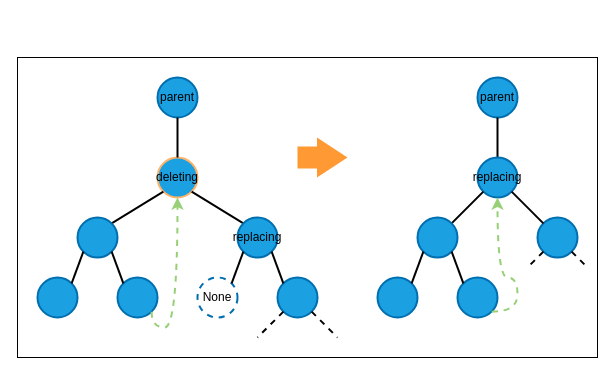
Earlier version of the draw.io diagram page "two_children_1" (4 of 6) of diagrams/right_tbst_delete.drawio (shunsvineyard/pyforest). Source tidied: cells renumbered, new cells numbered last; positions are measured from the earlier drawing's top-left corner, leaving out a move shared by most shapes. Both pictures are drawn from the tidied source at 100%, with x=0, y=0 at pixel (17, 57).
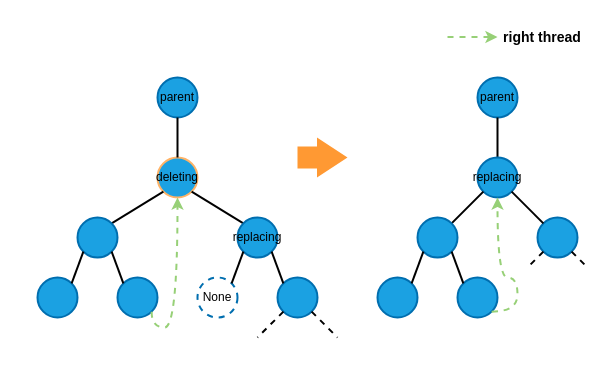
After the change.

What changed in the source:
```diff
@@
-    <mxCell id="2" style="rounded=0;whiteSpace=wrap;html=1;fillColor=#FFFFFF;" parent="1" vertex="1">
-      <mxGeometry width="580" height="300" as="geometry" />
+    <mxCell id="2" style="rounded=0;whiteSpace=wrap;html=1;fillColor=#FFFFFF;strokeColor=none;" parent="1" vertex="1">
+      <mxGeometry y="-40" width="580" height="340" as="geometry" />
     </mxCell>
@@
+    <mxCell id="36" style="endArrow=classic;html=1;dashed=1;strokeColor=#97D077;strokeWidth=2;" parent="1" edge="1">
+      <mxGeometry relative="1" as="geometry">
+        <mxPoint x="430" y="-20.5" as="sourcePoint" />
+        <mxPoint x="480" y="-20.5" as="targetPoint" />
+      </mxGeometry>
+    </mxCell>
+    <mxCell id="37" value="&lt;font color=&quot;#000000&quot; style=&quot;font-size: 14px&quot;&gt;&lt;b&gt;right thread&lt;/b&gt;&lt;/font&gt;" style="text;html=1;strokeColor=none;fillColor=none;align=center;verticalAlign=middle;whiteSpace=wrap;rounded=0;" parent="1" vertex="1">
+      <mxGeometry x="480" y="-30" width="90" height="20" as="geometry" />
+    </mxCell>
```
